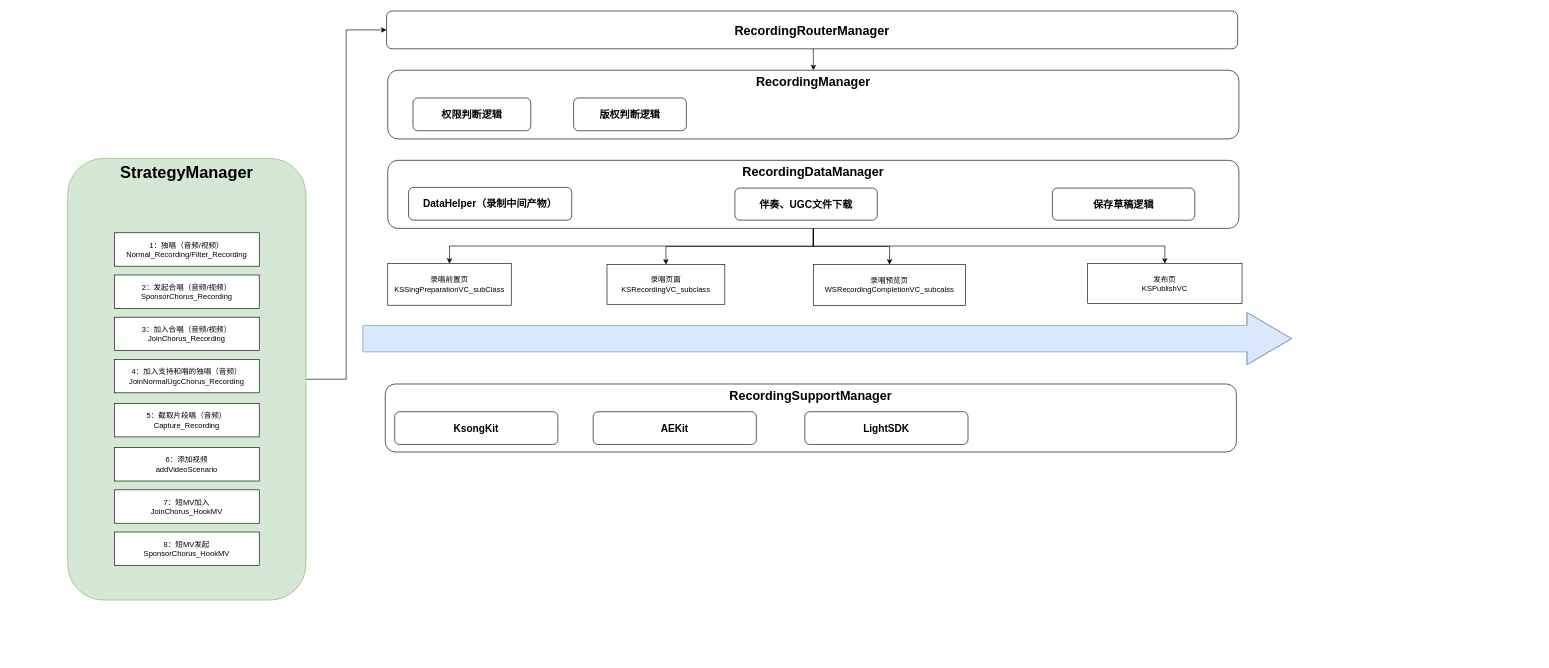
Above: newre.drawio in MolierQueen/Xmind (draw.io), before the change. Source tidied: cells renumbered, new cells numbered last; positions are measured from the earlier drawing's top-left corner, leaving out a move shared by most shapes. Both pictures are drawn from the tidied source at 63%, with x=0, y=0 at pixel (67, 11).
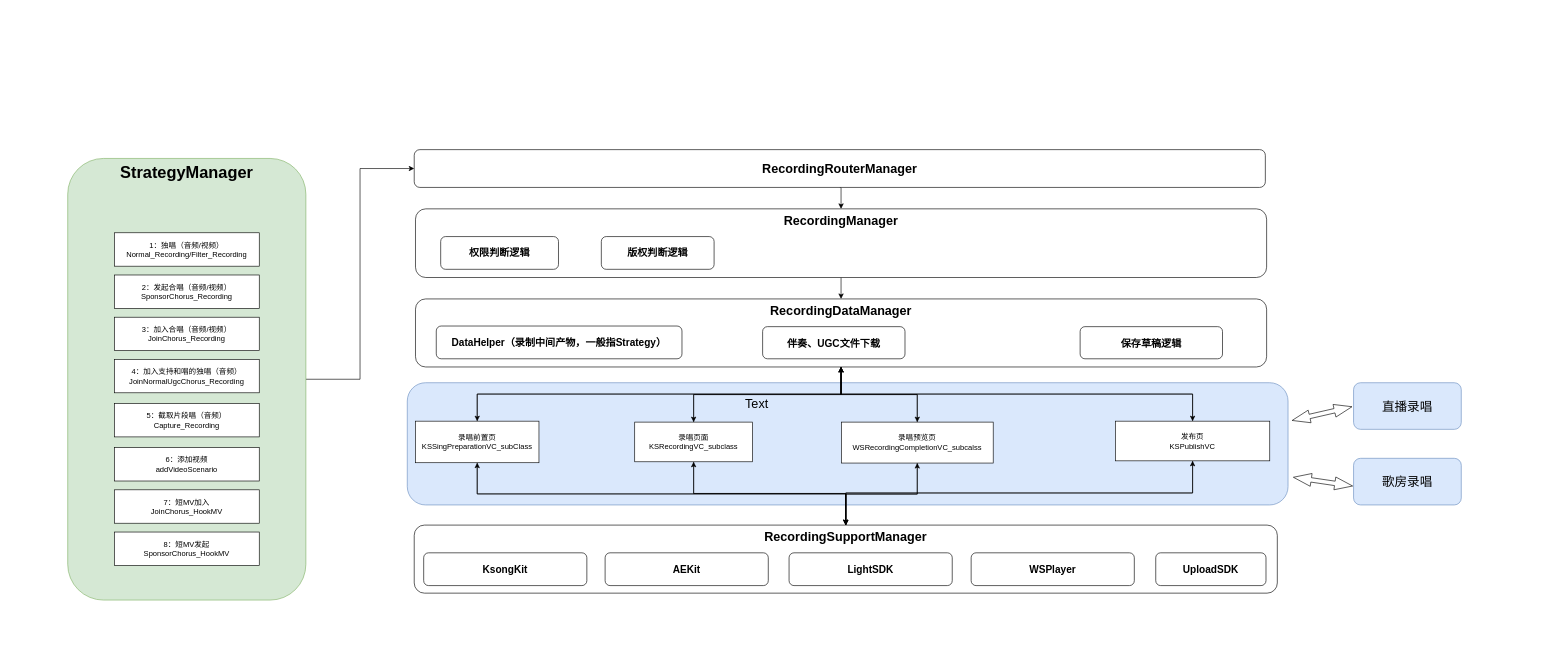
The same page after the edit.

What changed in the source:
```diff
@@
+    <mxCell id="37" style="rounded=1;whiteSpace=wrap;html=1;fontSize=20;verticalAlign=middle;fillColor=#dae8fc;strokeColor=#6c8ebf;" parent="1" vertex="1">
+      <mxGeometry x="539" y="590" width="1398" height="194" as="geometry" />
+    </mxCell>
@@
+    <mxCell id="38" style="edgeStyle=orthogonalEdgeStyle;rounded=0;jettySize=auto;html=1;exitX=0.5;exitY=1;exitDx=0;exitDy=0;entryX=0.5;entryY=0;entryDx=0;entryDy=0;fontSize=20;" parent="1" edge="1" source="15" target="26">
+      <mxGeometry relative="1" as="geometry" />
+    </mxCell>
     <mxCell id="15" value="&lt;b&gt;&lt;font style=&quot;font-size: 20px&quot;&gt;RecordingManager&lt;/font&gt;&lt;/b&gt;" style="rounded=1;whiteSpace=wrap;html=1;verticalAlign=top;" parent="1" vertex="1">
-      <mxGeometry x="508" y="94" width="1351" height="109" as="geometry" />
+      <mxGeometry x="552" y="314" width="1351" height="109" as="geometry" />
     </mxCell>
+    <mxCell id="39" style="edgeStyle=orthogonalEdgeStyle;rounded=0;jettySize=auto;html=1;exitX=0.5;exitY=1;exitDx=0;exitDy=0;entryX=0.5;entryY=0;entryDx=0;entryDy=0;fontSize=20;" parent="1" edge="1" source="16" target="33">
+      <mxGeometry relative="1" as="geometry" />
+    </mxCell>
+    <mxCell id="40" style="edgeStyle=orthogonalEdgeStyle;rounded=0;jettySize=auto;html=1;exitX=0.5;exitY=0;exitDx=0;exitDy=0;entryX=0.5;entryY=1;entryDx=0;entryDy=0;fontSize=20;" parent="1" edge="1" source="16" target="26">
+      <mxGeometry relative="1" as="geometry" />
+    </mxCell>
     <mxCell id="16" value="&lt;div&gt;录唱前置页&lt;/div&gt;&lt;div&gt;KSSingPreparationVC_subClass&lt;/div&gt;" style="rounded=0;whiteSpace=wrap;html=1;" parent="1" vertex="1">
-      <mxGeometry x="508" y="401" width="196" height="66" as="geometry" />
+      <mxGeometry x="552" y="651" width="196" height="66" as="geometry" />
     </mxCell>
+    <mxCell id="41" style="edgeStyle=orthogonalEdgeStyle;rounded=0;jettySize=auto;html=1;exitX=0.5;exitY=1;exitDx=0;exitDy=0;entryX=0.5;entryY=0;entryDx=0;entryDy=0;fontSize=20;" parent="1" edge="1" source="17" target="33">
+      <mxGeometry relative="1" as="geometry" />
+    </mxCell>
+    <mxCell id="42" style="edgeStyle=orthogonalEdgeStyle;rounded=0;jettySize=auto;html=1;exitX=0.5;exitY=0;exitDx=0;exitDy=0;entryX=0.5;entryY=1;entryDx=0;entryDy=0;fontSize=20;" parent="1" edge="1" source="17" target="26">
+      <mxGeometry relative="1" as="geometry" />
+    </mxCell>
     <mxCell id="17" value="录唱页面&lt;br&gt;KSRecordingVC_subclass" style="rounded=0;whiteSpace=wrap;html=1;" parent="1" vertex="1">
-      <mxGeometry x="856" y="402.5" width="187" height="63" as="geometry" />
+      <mxGeometry x="900" y="652.5" width="187" height="63" as="geometry" />
     </mxCell>
+    <mxCell id="43" style="edgeStyle=orthogonalEdgeStyle;rounded=0;jettySize=auto;html=1;exitX=0.5;exitY=1;exitDx=0;exitDy=0;entryX=0.5;entryY=0;entryDx=0;entryDy=0;fontSize=20;" parent="1" edge="1" source="18" target="33">
+      <mxGeometry relative="1" as="geometry" />
+    </mxCell>
+    <mxCell id="44" style="edgeStyle=orthogonalEdgeStyle;rounded=0;jettySize=auto;html=1;exitX=0.5;exitY=0;exitDx=0;exitDy=0;entryX=0.5;entryY=1;entryDx=0;entryDy=0;fontSize=20;" parent="1" edge="1" source="18" target="26">
+      <mxGeometry relative="1" as="geometry" />
+    </mxCell>
     <mxCell id="18" value="录唱预览页&lt;br&gt;WSRecordingCompletionVC_subcalss" style="rounded=0;whiteSpace=wrap;html=1;" parent="1" vertex="1">
-      <mxGeometry x="1184" y="402.5" width="241" height="65" as="geometry" />
+      <mxGeometry x="1228" y="652.5" width="241" height="65" as="geometry" />
     </mxCell>
+    <mxCell id="45" style="edgeStyle=orthogonalEdgeStyle;rounded=0;jettySize=auto;html=1;exitX=0.5;exitY=0;exitDx=0;exitDy=0;entryX=0.5;entryY=1;entryDx=0;entryDy=0;fontSize=20;" parent="1" edge="1" source="19" target="26">
+      <mxGeometry relative="1" as="geometry" />
+    </mxCell>
+    <mxCell id="46" style="edgeStyle=orthogonalEdgeStyle;rounded=0;jettySize=auto;html=1;exitX=0.5;exitY=1;exitDx=0;exitDy=0;entryX=0.5;entryY=0;entryDx=0;entryDy=0;fontSize=20;" parent="1" edge="1" source="19" target="33">
+      <mxGeometry relative="1" as="geometry" />
+    </mxCell>
     <mxCell id="19" value="发布页&#10;KSPublishVC" style="rounded=0;whiteSpace=wrap;html=1;" parent="1" vertex="1">
-      <mxGeometry x="1619" y="401" width="245" height="63" as="geometry" />
+      <mxGeometry x="1663" y="651" width="245" height="63" as="geometry" />
     </mxCell>
-    <mxCell id="20" style="shape=flexArrow;endArrow=classic;html=1;fontSize=16;fillColor=#dae8fc;strokeColor=#6c8ebf;endWidth=40;endSize=23.235294117647058;width=42;" parent="1" edge="1">
-      <mxGeometry relative="1" as="geometry">
-        <mxPoint x="468" y="520" as="sourcePoint" />
-        <mxPoint x="1943" y="520" as="targetPoint" />
-        <Array as="points">
-          <mxPoint x="1205" y="520" />
-        </Array>
-      </mxGeometry>
-    </mxCell>
     <mxCell id="21" value="权限判断逻辑" style="rounded=1;whiteSpace=wrap;html=1;verticalAlign=middle;fontStyle=1;fontSize=16;" parent="1" vertex="1">
-      <mxGeometry x="548" y="138" width="187" height="52" as="geometry" />
+      <mxGeometry x="592" y="358" width="187" height="52" as="geometry" />
     </mxCell>
@@
     <mxCell id="26" value="&lt;font style=&quot;font-size: 20px&quot;&gt;RecordingDataManager&lt;/font&gt;" style="rounded=1;whiteSpace=wrap;html=1;verticalAlign=top;fontStyle=1;fontSize=16;" parent="1" vertex="1">
-      <mxGeometry x="508" y="237" width="1351" height="108" as="geometry" />
+      <mxGeometry x="552" y="457" width="1351" height="108" as="geometry" />
     </mxCell>
@@
     <mxCell id="28" value="RecordingRouterManager" style="rounded=1;whiteSpace=wrap;html=1;verticalAlign=middle;fontStyle=1;fontSize=20;" parent="1" vertex="1">
-      <mxGeometry x="506" width="1351" height="60" as="geometry" />
+      <mxGeometry x="550" y="220" width="1351" height="60" as="geometry" />
     </mxCell>
-    <mxCell id="29" value="DataHelper（录制中间产物）" style="rounded=1;whiteSpace=wrap;html=1;verticalAlign=middle;fontStyle=1;fontSize=16;" parent="1" vertex="1">
-      <mxGeometry x="541" y="280" width="259" height="52" as="geometry" />
+    <mxCell id="29" value="DataHelper（录制中间产物，一般指Strategy）" style="rounded=1;whiteSpace=wrap;html=1;verticalAlign=middle;fontStyle=1;fontSize=16;" parent="1" vertex="1">
+      <mxGeometry x="585" y="500" width="390" height="52" as="geometry" />
     </mxCell>
     <mxCell id="30" value="伴奏、UGC文件下载" style="rounded=1;whiteSpace=wrap;html=1;verticalAlign=middle;fontStyle=1;fontSize=16;" parent="1" vertex="1">
-      <mxGeometry x="1059" y="281" width="226" height="51" as="geometry" />
+      <mxGeometry x="1103" y="501" width="226" height="51" as="geometry" />
     </mxCell>
     <mxCell id="31" value="保存草稿逻辑" style="rounded=1;whiteSpace=wrap;html=1;verticalAlign=middle;fontStyle=1;fontSize=16;" parent="1" vertex="1">
-      <mxGeometry x="1563" y="281" width="226" height="51" as="geometry" />
+      <mxGeometry x="1607" y="501" width="226" height="51" as="geometry" />
     </mxCell>
     <mxCell id="32" value="版权判断逻辑" style="rounded=1;whiteSpace=wrap;html=1;verticalAlign=middle;fontStyle=1;fontSize=16;" parent="1" vertex="1">
-      <mxGeometry x="803" y="138" width="179" height="52" as="geometry" />
+      <mxGeometry x="847" y="358" width="179" height="52" as="geometry" />
     </mxCell>
+    <mxCell id="47" style="edgeStyle=orthogonalEdgeStyle;rounded=0;jettySize=auto;html=1;exitX=0.5;exitY=0;exitDx=0;exitDy=0;entryX=0.5;entryY=1;entryDx=0;entryDy=0;fontSize=20;" parent="1" edge="1" source="33" target="16">
+      <mxGeometry relative="1" as="geometry" />
+    </mxCell>
+    <mxCell id="48" style="edgeStyle=orthogonalEdgeStyle;rounded=0;jettySize=auto;html=1;exitX=0.5;exitY=0;exitDx=0;exitDy=0;entryX=0.5;entryY=1;entryDx=0;entryDy=0;fontSize=20;" parent="1" edge="1" source="33" target="17">
+      <mxGeometry relative="1" as="geometry" />
+    </mxCell>
+    <mxCell id="49" style="edgeStyle=orthogonalEdgeStyle;rounded=0;jettySize=auto;html=1;exitX=0.5;exitY=0;exitDx=0;exitDy=0;entryX=0.5;entryY=1;entryDx=0;entryDy=0;fontSize=20;" parent="1" edge="1" source="33" target="18">
+      <mxGeometry relative="1" as="geometry" />
+    </mxCell>
+    <mxCell id="50" style="edgeStyle=orthogonalEdgeStyle;rounded=0;jettySize=auto;html=1;exitX=0.5;exitY=0;exitDx=0;exitDy=0;entryX=0.5;entryY=1;entryDx=0;entryDy=0;fontSize=20;" parent="1" edge="1" source="33" target="19">
+      <mxGeometry relative="1" as="geometry" />
+    </mxCell>
     <mxCell id="33" value="&lt;font style=&quot;font-size: 20px&quot;&gt;RecordingSupportManager&lt;/font&gt;" style="rounded=1;whiteSpace=wrap;html=1;verticalAlign=top;fontStyle=1;fontSize=16;" parent="1" vertex="1">
-      <mxGeometry x="504" y="592" width="1351" height="108" as="geometry" />
+      <mxGeometry x="550" y="816" width="1370" height="108" as="geometry" />
     </mxCell>
     <mxCell id="34" value="KsongKit" style="rounded=1;whiteSpace=wrap;html=1;verticalAlign=middle;fontStyle=1;fontSize=16;" parent="1" vertex="1">
-      <mxGeometry x="519" y="636" width="259" height="52" as="geometry" />
+      <mxGeometry x="565" y="860" width="259" height="52" as="geometry" />
     </mxCell>
     <mxCell id="35" value="AEKit" style="rounded=1;whiteSpace=wrap;html=1;verticalAlign=middle;fontStyle=1;fontSize=16;" parent="1" vertex="1">
-      <mxGeometry x="834" y="636" width="259" height="52" as="geometry" />
+      <mxGeometry x="853" y="860" width="259" height="52" as="geometry" />
     </mxCell>
     <mxCell id="36" value="LightSDK" style="rounded=1;whiteSpace=wrap;html=1;verticalAlign=middle;fontStyle=1;fontSize=16;" parent="1" vertex="1">
-      <mxGeometry x="1170" y="636" width="259" height="52" as="geometry" />
+      <mxGeometry x="1145" y="860" width="259" height="52" as="geometry" />
     </mxCell>
+    <mxCell id="51" value="WSPlayer" style="rounded=1;whiteSpace=wrap;html=1;verticalAlign=middle;fontStyle=1;fontSize=16;" parent="1" vertex="1">
+      <mxGeometry x="1434" y="860" width="259" height="52" as="geometry" />
+    </mxCell>
+    <mxCell id="52" value="UploadSDK" style="rounded=1;whiteSpace=wrap;html=1;verticalAlign=middle;fontStyle=1;fontSize=16;" parent="1" vertex="1">
+      <mxGeometry x="1727" y="860" width="175" height="52" as="geometry" />
+    </mxCell>
+    <mxCell id="53" value="直播录唱" style="rounded=1;whiteSpace=wrap;html=1;fontSize=20;verticalAlign=middle;fillColor=#dae8fc;strokeColor=#6c8ebf;" parent="1" vertex="1">
+      <mxGeometry x="2041" y="590" width="171" height="74" as="geometry" />
+    </mxCell>
+    <mxCell id="54" value="歌房录唱" style="rounded=1;whiteSpace=wrap;html=1;fontSize=20;verticalAlign=middle;fillColor=#dae8fc;strokeColor=#6c8ebf;" parent="1" vertex="1">
+      <mxGeometry x="2041" y="710" width="171" height="74" as="geometry" />
+    </mxCell>
+    <mxCell id="55" style="shape=flexArrow;endArrow=classic;startArrow=classic;html=1;fontSize=20;width=7.0588235294117645;endSize=9.16470588235294;endWidth=12.456747404844291;startSize=9.16470588235294;startWidth=12.456747404844291;" parent="1" edge="1">
+      <mxGeometry relative="1" as="geometry">
+        <mxPoint x="1943" y="650" as="sourcePoint" />
+        <mxPoint x="2039" y="628" as="targetPoint" />
+      </mxGeometry>
+    </mxCell>
+    <mxCell id="56" style="shape=flexArrow;endArrow=classic;startArrow=classic;html=1;fontSize=20;width=7.0588235294117645;endSize=9.16470588235294;endWidth=12.456747404844291;startSize=9.16470588235294;startWidth=12.456747404844291;" parent="1" edge="1">
+      <mxGeometry relative="1" as="geometry">
+        <mxPoint x="1945" y="740" as="sourcePoint" />
+        <mxPoint x="2040" y="754" as="targetPoint" />
+      </mxGeometry>
+    </mxCell>
+    <mxCell id="57" value="Text" style="text;html=1;strokeColor=none;fillColor=none;align=center;verticalAlign=middle;whiteSpace=wrap;rounded=0;fontSize=20;" parent="1" vertex="1">
+      <mxGeometry x="1074" y="612" width="40" height="20" as="geometry" />
+    </mxCell>
+    <mxCell id="58" value="&amp;nbsp;&amp;nbsp;" style="text;html=1;strokeColor=none;fillColor=none;align=center;verticalAlign=middle;whiteSpace=wrap;rounded=0;fontSize=20;" parent="1" vertex="1">
+      <mxGeometry x="-90" y="154" width="40" height="20" as="geometry" />
+    </mxCell>
+    <mxCell id="59" value="&amp;nbsp;&amp;nbsp;" style="text;html=1;strokeColor=none;fillColor=none;align=center;verticalAlign=middle;whiteSpace=wrap;rounded=0;fontSize=20;" parent="1" vertex="1">
+      <mxGeometry x="-90" y="1005" width="40" height="20" as="geometry" />
+    </mxCell>
+    <mxCell id="60" value="&amp;nbsp;&amp;nbsp;" style="text;html=1;strokeColor=none;fillColor=none;align=center;verticalAlign=middle;whiteSpace=wrap;rounded=0;fontSize=20;" parent="1" vertex="1">
+      <mxGeometry x="2294" y="1005" width="40" height="20" as="geometry" />
+    </mxCell>
+    <mxCell id="61" value="&amp;nbsp;&amp;nbsp;" style="text;html=1;strokeColor=none;fillColor=none;align=center;verticalAlign=middle;whiteSpace=wrap;rounded=0;fontSize=20;" parent="1" vertex="1">
+      <mxGeometry x="2294" y="154" width="40" height="20" as="geometry" />
+    </mxCell>
```
